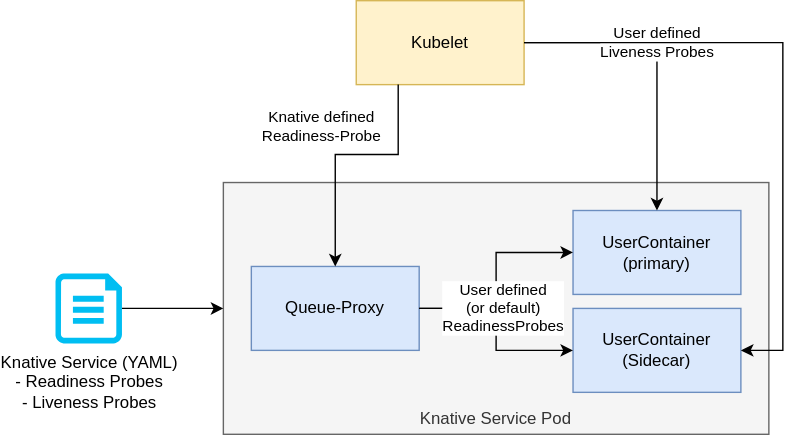
This is docs/serving/services/probes-overview.drawio.svg from knative/docs, a draw.io export, as it was before one commit. Source tidied: cells renumbered, new cells last; positions are measured from the earlier drawing's top-left corner, leaving out a move shared by most shapes.
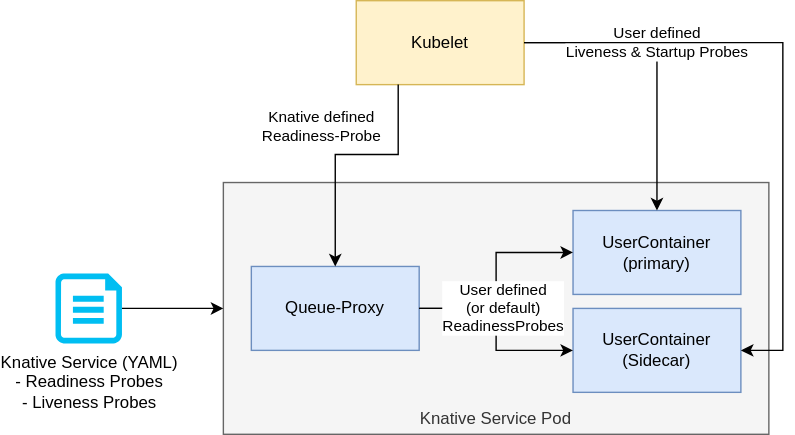
The same file after the commit.

Commit message:
Adding startup probes

Change to the diagram source:
```diff
@@ -32,7 +32,7 @@
         <mxPoint x="12" y="-20" as="offset" />
       </mxGeometry>
     </mxCell>
-    <mxCell id="10" value="User defined&lt;br&gt;Liveness Probes" style="edgeStyle=orthogonalEdgeStyle;rounded=0;jettySize=auto;html=1;exitX=1;exitY=0.5;exitDx=0;exitDy=0;entryX=0.5;entryY=0;entryDx=0;entryDy=0;" parent="1" edge="1" source="6" target="4">
+    <mxCell id="10" value="User defined&lt;br&gt;Liveness &amp;amp; Startup Probes" style="edgeStyle=orthogonalEdgeStyle;rounded=0;jettySize=auto;html=1;exitX=1;exitY=0.5;exitDx=0;exitDy=0;entryX=0.5;entryY=0;entryDx=0;entryDy=0;" parent="1" edge="1" source="6" target="4">
       <mxGeometry x="-0.12" relative="1" as="geometry" />
     </mxCell>
     <mxCell id="11" style="edgeStyle=orthogonalEdgeStyle;rounded=0;jettySize=auto;html=1;exitX=1;exitY=0.5;exitDx=0;exitDy=0;entryX=1;entryY=0.5;entryDx=0;entryDy=0;" parent="1" edge="1" source="6" target="5">
```
